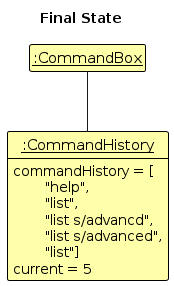
Earlier version of the PlantUML export diagrams/CommandHistoryState6.png (choppyback/tp). Its source is kept beside it as diagrams/CommandHistoryState6.puml.
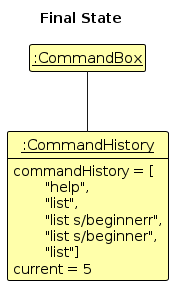
Above is the later version.

Diff of the diagram source:
```diff
@@ -9,7 +9,7 @@
 title "Final State"
 Class "<u>:CommandBox" as CommandBox
 Class "<u>:CommandHistory" as CommandHistory {
-    commandHistory = [\n\t"help",\n\t"list", \n\t"list s/advancd",\n\t"list s/advanced",\n\t"list"]
+    commandHistory = [\n\t"help",\n\t"list", \n\t"list s/beginnerr",\n\t"list s/beginner",\n\t"list"]
     current = 5
 }
 CommandBox -- CommandHistory
```
